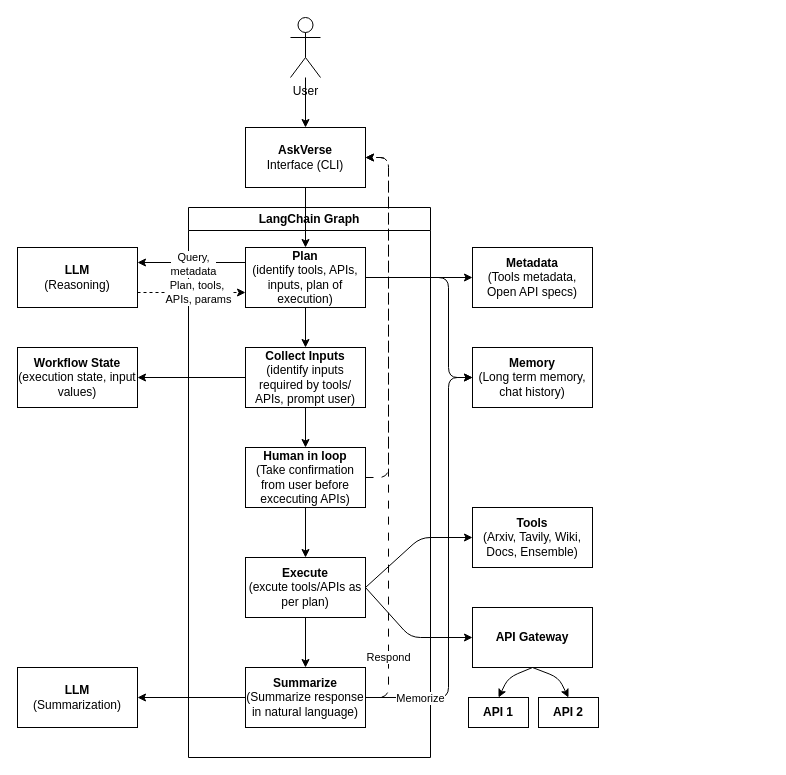
Before: docs/design.drawio in chavan-manoj/askverse-mini, a draw.io diagram. Source tidied: cells renumbered, new cells numbered last; positions are measured from the earlier drawing's top-left corner, leaving out a move shared by most shapes. Both pictures are drawn from the tidied source at 100%, with x=0, y=0 at pixel (17, 17).
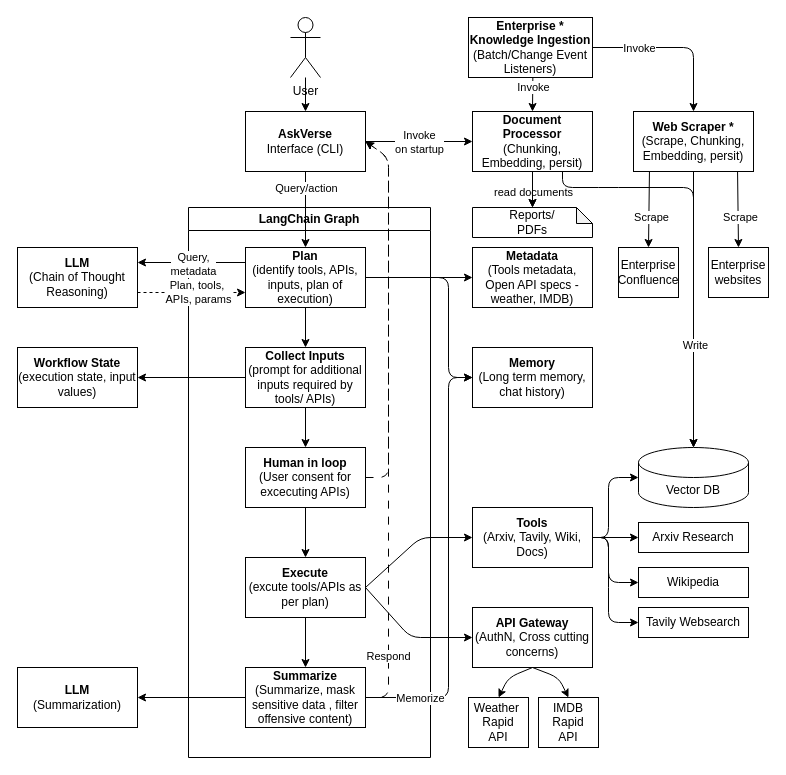
The same page after the edit.

Unchanged cells that the change refers to:
```xml
<mxCell id="5" style="edgeStyle=none;html=1;exitX=0.5;exitY=1;exitDx=0;exitDy=0;entryX=0.5;entryY=0;entryDx=0;entryDy=0;" parent="1" edge="1" source="6" target="9">
  <mxGeometry relative="1" as="geometry" />
</mxCell>
```

The edit, as a diff of the source:
```diff
@@
+    <mxCell id="42" style="edgeStyle=none;html=1;entryX=0.5;entryY=0;entryDx=0;entryDy=0;exitX=0.5;exitY=1;exitDx=0;exitDy=0;" parent="1" edge="1" target="55">
+      <mxGeometry relative="1" as="geometry">
+        <mxPoint x="515.5" y="45" as="sourcePoint" />
+      </mxGeometry>
+    </mxCell>
+    <mxCell id="43" value="Invoke" style="edgeLabel;html=1;align=center;verticalAlign=middle;" parent="42" vertex="1">
+      <mxGeometry x="-0.47" relative="1" as="geometry">
+        <mxPoint y="12" as="offset" />
+      </mxGeometry>
+    </mxCell>
@@
+    <mxCell id="44" value="Query/action" style="edgeLabel;html=1;align=center;verticalAlign=middle;" parent="5" vertex="1">
+      <mxGeometry x="-0.43" y="1" relative="1" as="geometry">
+        <mxPoint x="-1" y="-6" as="offset" />
+      </mxGeometry>
+    </mxCell>
+    <mxCell id="45" style="edgeStyle=none;html=1;exitX=1;exitY=0.5;exitDx=0;exitDy=0;entryX=0;entryY=0.5;entryDx=0;entryDy=0;" parent="1" edge="1" source="6" target="55">
+      <mxGeometry relative="1" as="geometry" />
+    </mxCell>
+    <mxCell id="46" value="Invoke&lt;div&gt;on startup&lt;/div&gt;" style="edgeLabel;html=1;align=center;verticalAlign=middle;" parent="45" vertex="1">
+      <mxGeometry x="-0.16" relative="1" as="geometry">
+        <mxPoint x="8" as="offset" />
+      </mxGeometry>
+    </mxCell>
     <mxCell id="6" value="&lt;b&gt;AskVerse&lt;/b&gt;&lt;div&gt;Interface (CLI)&lt;/div&gt;" style="rounded=0;whiteSpace=wrap;html=1;" parent="1" vertex="1">
-      <mxGeometry x="228" y="110" width="120" height="60" as="geometry" />
+      <mxGeometry x="228" y="94" width="120" height="60" as="geometry" />
     </mxCell>
@@
-    <mxCell id="12" value="&lt;div&gt;&lt;b&gt;Collect Inputs&lt;/b&gt;&lt;/div&gt;&lt;div&gt;(identify inputs required by tools/ APIs, prompt user)&lt;/div&gt;" style="rounded=0;whiteSpace=wrap;html=1;" parent="1" vertex="1">
+    <mxCell id="12" value="&lt;div&gt;&lt;b&gt;Collect Inputs&lt;/b&gt;&lt;/div&gt;&lt;div&gt;(prompt for additional inputs required by tools/ APIs)&lt;/div&gt;" style="rounded=0;whiteSpace=wrap;html=1;" parent="1" vertex="1">
       <mxGeometry x="228" y="330" width="120" height="60" as="geometry" />
     </mxCell>
@@
-    <mxCell id="15" value="&lt;div&gt;&lt;b&gt;Human in loop&lt;/b&gt;&lt;/div&gt;&lt;div&gt;&lt;span style=&quot;background-color: transparent;&quot;&gt;(Take confirmation from user before excecuting APIs)&lt;/span&gt;&lt;/div&gt;" style="rounded=0;whiteSpace=wrap;html=1;" parent="1" vertex="1">
+    <mxCell id="15" value="&lt;div&gt;&lt;b&gt;Human in loop&lt;/b&gt;&lt;/div&gt;&lt;div&gt;&lt;span style=&quot;background-color: transparent;&quot;&gt;(User consent for excecuting APIs)&lt;/span&gt;&lt;/div&gt;" style="rounded=0;whiteSpace=wrap;html=1;" parent="1" vertex="1">
       <mxGeometry x="228" y="430" width="120" height="60" as="geometry" />
     </mxCell>
@@
-    <mxCell id="26" value="&lt;div&gt;&lt;span style=&quot;background-color: transparent;&quot;&gt;&lt;b&gt;Summarize&lt;/b&gt;&lt;/span&gt;&lt;/div&gt;&lt;div&gt;&lt;span style=&quot;background-color: transparent;&quot;&gt;(Summarize response in natural language)&lt;/span&gt;&lt;/div&gt;" style="rounded=0;whiteSpace=wrap;html=1;" parent="1" vertex="1">
+    <mxCell id="26" value="&lt;div&gt;&lt;span style=&quot;background-color: transparent;&quot;&gt;&lt;b&gt;Summarize&lt;/b&gt;&lt;/span&gt;&lt;/div&gt;&lt;div&gt;&lt;span style=&quot;background-color: transparent;&quot;&gt;(Summarize, mask sensitive data , filter offensive content)&lt;/span&gt;&lt;/div&gt;" style="rounded=0;whiteSpace=wrap;html=1;" parent="1" vertex="1">
       <mxGeometry x="228" y="650" width="120" height="60" as="geometry" />
     </mxCell>
-    <mxCell id="27" value="&lt;b&gt;Metadata&lt;/b&gt;&lt;div&gt;(Tools metadata, Open API specs)&lt;/div&gt;" style="rounded=0;whiteSpace=wrap;html=1;" parent="1" vertex="1">
+    <mxCell id="27" value="&lt;b&gt;Metadata&lt;/b&gt;&lt;div&gt;(Tools metadata, Open API specs - weather, IMDB)&lt;/div&gt;" style="rounded=0;whiteSpace=wrap;html=1;" parent="1" vertex="1">
       <mxGeometry x="455" y="230" width="120" height="60" as="geometry" />
     </mxCell>
+    <mxCell id="47" style="edgeStyle=none;html=1;entryX=0;entryY=0.5;entryDx=0;entryDy=0;entryPerimeter=0;exitX=1;exitY=0.5;exitDx=0;exitDy=0;" parent="1" edge="1" source="28" target="51">
+      <mxGeometry relative="1" as="geometry">
+        <Array as="points">
+          <mxPoint x="591" y="520" />
+          <mxPoint x="591" y="460" />
+        </Array>
+      </mxGeometry>
+    </mxCell>
+    <mxCell id="48" style="edgeStyle=none;html=1;exitX=1;exitY=0.5;exitDx=0;exitDy=0;entryX=0;entryY=0.5;entryDx=0;entryDy=0;" parent="1" edge="1" source="28" target="56">
+      <mxGeometry relative="1" as="geometry" />
+    </mxCell>
+    <mxCell id="49" style="edgeStyle=none;html=1;exitX=1;exitY=0.5;exitDx=0;exitDy=0;entryX=0;entryY=0.5;entryDx=0;entryDy=0;" parent="1" edge="1" source="28" target="57">
+      <mxGeometry relative="1" as="geometry">
+        <Array as="points">
+          <mxPoint x="591" y="520" />
+          <mxPoint x="591" y="565" />
+        </Array>
+      </mxGeometry>
+    </mxCell>
+    <mxCell id="50" style="edgeStyle=none;html=1;exitX=1;exitY=0.5;exitDx=0;exitDy=0;entryX=0;entryY=0.5;entryDx=0;entryDy=0;" parent="1" edge="1" source="28" target="58">
+      <mxGeometry relative="1" as="geometry">
+        <Array as="points">
+          <mxPoint x="591" y="520" />
+          <mxPoint x="591" y="560" />
+          <mxPoint x="591" y="605" />
+        </Array>
+      </mxGeometry>
+    </mxCell>
-    <mxCell id="28" value="&lt;div&gt;&lt;b&gt;Tools&lt;/b&gt;&lt;/div&gt;&lt;div&gt;(Arxiv, Tavily, Wiki, Docs, Ensemble)&lt;/div&gt;" style="rounded=0;whiteSpace=wrap;html=1;" parent="1" vertex="1">
+    <mxCell id="28" value="&lt;div&gt;&lt;b&gt;Tools&lt;/b&gt;&lt;/div&gt;&lt;div&gt;(Arxiv, Tavily, Wiki, Docs)&lt;/div&gt;" style="rounded=0;whiteSpace=wrap;html=1;" parent="1" vertex="1">
       <mxGeometry x="455" y="490" width="120" height="60" as="geometry" />
     </mxCell>
@@
-    <mxCell id="30" value="&lt;div&gt;&lt;span style=&quot;background-color: transparent;&quot;&gt;&lt;b&gt;API Gateway&lt;/b&gt;&lt;/span&gt;&lt;/div&gt;" style="rounded=0;whiteSpace=wrap;html=1;" parent="1" vertex="1">
+    <mxCell id="30" value="&lt;div&gt;&lt;span style=&quot;background-color: transparent;&quot;&gt;&lt;b&gt;API Gateway&lt;/b&gt;&lt;/span&gt;&lt;/div&gt;&lt;div&gt;&lt;span style=&quot;background-color: transparent;&quot;&gt;(AuthN, Cross cutting concerns)&lt;/span&gt;&lt;/div&gt;" style="rounded=0;whiteSpace=wrap;html=1;" parent="1" vertex="1">
       <mxGeometry x="455" y="590" width="120" height="60" as="geometry" />
     </mxCell>
-    <mxCell id="31" value="&lt;div&gt;&lt;span style=&quot;background-color: transparent;&quot;&gt;&lt;b&gt;API 1&lt;/b&gt;&lt;/span&gt;&lt;/div&gt;" style="rounded=0;whiteSpace=wrap;html=1;" parent="1" vertex="1">
-      <mxGeometry x="451" y="680" width="60" height="30" as="geometry" />
+    <mxCell id="31" value="&lt;div&gt;&lt;span style=&quot;background-color: transparent;&quot;&gt;Weather&amp;nbsp; Rapid&lt;/span&gt;&lt;/div&gt;&lt;div&gt;&lt;span style=&quot;background-color: transparent;&quot;&gt;API&lt;/span&gt;&lt;/div&gt;" style="rounded=0;whiteSpace=wrap;html=1;" parent="1" vertex="1">
+      <mxGeometry x="451" y="680" width="60" height="50" as="geometry" />
     </mxCell>
-    <mxCell id="32" value="&lt;div&gt;&lt;span style=&quot;background-color: transparent;&quot;&gt;&lt;b&gt;API 2&lt;/b&gt;&lt;/span&gt;&lt;/div&gt;" style="rounded=0;whiteSpace=wrap;html=1;" parent="1" vertex="1">
-      <mxGeometry x="521" y="680" width="60" height="30" as="geometry" />
+    <mxCell id="32" value="&lt;div&gt;&lt;span style=&quot;background-color: transparent;&quot;&gt;IMDB Rapid&lt;/span&gt;&lt;/div&gt;&lt;div&gt;&lt;span style=&quot;background-color: transparent;&quot;&gt;API&lt;/span&gt;&lt;/div&gt;" style="rounded=0;whiteSpace=wrap;html=1;" parent="1" vertex="1">
+      <mxGeometry x="521" y="680" width="60" height="50" as="geometry" />
     </mxCell>
@@
-    <mxCell id="34" value="&lt;b&gt;LLM&lt;/b&gt;&lt;div&gt;(Reasoning)&lt;/div&gt;" style="rounded=0;whiteSpace=wrap;html=1;" parent="1" vertex="1">
+    <mxCell id="34" value="&lt;b&gt;LLM&lt;/b&gt;&lt;div&gt;(Chain of Thought Reasoning)&lt;/div&gt;" style="rounded=0;whiteSpace=wrap;html=1;" parent="1" vertex="1">
       <mxGeometry y="230" width="120" height="60" as="geometry" />
     </mxCell>
@@
+    <mxCell id="51" value="Vector DB" style="shape=cylinder3;whiteSpace=wrap;html=1;boundedLbl=1;backgroundOutline=1;size=15;" parent="1" vertex="1">
+      <mxGeometry x="621" y="430" width="110" height="60" as="geometry" />
+    </mxCell>
+    <mxCell id="52" style="edgeStyle=none;html=1;" parent="1" edge="1" source="55" target="60">
+      <mxGeometry relative="1" as="geometry" />
+    </mxCell>
+    <mxCell id="53" value="read documents" style="edgeLabel;html=1;align=center;verticalAlign=middle;" parent="52" vertex="1">
+      <mxGeometry x="-0.35" relative="1" as="geometry">
+        <mxPoint y="8" as="offset" />
+      </mxGeometry>
+    </mxCell>
+    <mxCell id="54" style="edgeStyle=none;html=1;exitX=0.75;exitY=1;exitDx=0;exitDy=0;" parent="1" edge="1" source="55" target="51">
+      <mxGeometry relative="1" as="geometry">
+        <Array as="points">
+          <mxPoint x="545" y="170" />
+          <mxPoint x="591" y="170" />
+          <mxPoint x="676" y="170" />
+        </Array>
+      </mxGeometry>
+    </mxCell>
+    <mxCell id="55" value="&lt;div&gt;&lt;span style=&quot;background-color: transparent;&quot;&gt;&lt;b&gt;Document Processor&lt;/b&gt;&lt;/span&gt;&lt;/div&gt;&lt;div&gt;&lt;span style=&quot;background-color: transparent;&quot;&gt;(Chunking, Embedding, persit)&lt;/span&gt;&lt;/div&gt;" style="rounded=0;whiteSpace=wrap;html=1;" parent="1" vertex="1">
+      <mxGeometry x="455" y="94" width="120" height="60" as="geometry" />
+    </mxCell>
+    <mxCell id="56" value="Arxiv Research" style="rounded=0;whiteSpace=wrap;html=1;" parent="1" vertex="1">
+      <mxGeometry x="621" y="505" width="110" height="30" as="geometry" />
+    </mxCell>
+    <mxCell id="57" value="Wikipedia" style="rounded=0;whiteSpace=wrap;html=1;" parent="1" vertex="1">
+      <mxGeometry x="621" y="550" width="110" height="30" as="geometry" />
+    </mxCell>
+    <mxCell id="58" value="Tavily Websearch" style="rounded=0;whiteSpace=wrap;html=1;" parent="1" vertex="1">
+      <mxGeometry x="621" y="590" width="110" height="30" as="geometry" />
+    </mxCell>
+    <mxCell id="59" style="edgeStyle=none;html=1;" parent="1" edge="1" source="55" target="60">
+      <mxGeometry relative="1" as="geometry" />
+    </mxCell>
+    <mxCell id="60" value="Reports/&lt;div&gt;PDFs&lt;/div&gt;" style="shape=note;whiteSpace=wrap;html=1;backgroundOutline=1;darkOpacity=0.05;size=16;" parent="1" vertex="1">
+      <mxGeometry x="455" y="190" width="120" height="30" as="geometry" />
+    </mxCell>
+    <mxCell id="61" style="edgeStyle=none;html=1;exitX=0.133;exitY=1;exitDx=0;exitDy=0;entryX=0.5;entryY=0;entryDx=0;entryDy=0;exitPerimeter=0;" parent="1" edge="1" source="65" target="71">
+      <mxGeometry relative="1" as="geometry" />
+    </mxCell>
+    <mxCell id="62" value="Scrape" style="edgeLabel;html=1;align=center;verticalAlign=middle;" parent="61" vertex="1">
+      <mxGeometry x="0.29" y="2" relative="1" as="geometry">
+        <mxPoint y="-4" as="offset" />
+      </mxGeometry>
+    </mxCell>
+    <mxCell id="63" style="edgeStyle=none;html=1;exitX=0.867;exitY=0.967;exitDx=0;exitDy=0;entryX=0.5;entryY=0;entryDx=0;entryDy=0;exitPerimeter=0;" parent="1" edge="1" source="65" target="72">
+      <mxGeometry relative="1" as="geometry" />
+    </mxCell>
+    <mxCell id="64" value="Scrape" style="edgeLabel;html=1;align=center;verticalAlign=middle;" parent="63" vertex="1">
+      <mxGeometry x="0.23" y="2" relative="1" as="geometry" />
+    </mxCell>
+    <mxCell id="65" value="&lt;div&gt;&lt;span style=&quot;background-color: transparent;&quot;&gt;&lt;b&gt;Web Scraper *&lt;/b&gt;&lt;/span&gt;&lt;/div&gt;&lt;div&gt;&lt;span style=&quot;background-color: transparent;&quot;&gt;(Scrape, Chunking, Embedding, persit)&lt;/span&gt;&lt;/div&gt;" style="rounded=0;whiteSpace=wrap;html=1;" parent="1" vertex="1">
+      <mxGeometry x="616" y="94" width="120" height="60" as="geometry" />
+    </mxCell>
+    <mxCell id="66" style="edgeStyle=none;html=1;exitX=0.5;exitY=1;exitDx=0;exitDy=0;entryX=0.5;entryY=0;entryDx=0;entryDy=0;entryPerimeter=0;" parent="1" edge="1" source="65" target="51">
+      <mxGeometry relative="1" as="geometry" />
+    </mxCell>
+    <mxCell id="67" value="Write" style="edgeLabel;html=1;align=center;verticalAlign=middle;" parent="66" vertex="1">
+      <mxGeometry x="0.25" y="1" relative="1" as="geometry" />
+    </mxCell>
+    <mxCell id="68" style="edgeStyle=none;html=1;exitX=1;exitY=0.5;exitDx=0;exitDy=0;entryX=0.5;entryY=0;entryDx=0;entryDy=0;" parent="1" edge="1" source="70" target="65">
+      <mxGeometry relative="1" as="geometry">
+        <Array as="points">
+          <mxPoint x="676" y="30" />
+        </Array>
+      </mxGeometry>
+    </mxCell>
+    <mxCell id="69" value="Invoke" style="edgeLabel;html=1;align=center;verticalAlign=middle;" parent="68" vertex="1">
+      <mxGeometry x="-0.44" y="-3" relative="1" as="geometry">
+        <mxPoint y="-3" as="offset" />
+      </mxGeometry>
+    </mxCell>
+    <mxCell id="70" value="&lt;div&gt;&lt;b&gt;Enterprise * Knowledge Ingestion&lt;/b&gt;&lt;/div&gt;&lt;div&gt;(Batch/Change Event Listeners)&lt;/div&gt;" style="rounded=0;whiteSpace=wrap;html=1;" parent="1" vertex="1">
+      <mxGeometry x="451" width="124" height="60" as="geometry" />
+    </mxCell>
+    <mxCell id="71" value="&lt;div&gt;Enterprise&lt;/div&gt;&lt;div&gt;Confluence&lt;/div&gt;" style="rounded=0;whiteSpace=wrap;html=1;" parent="1" vertex="1">
+      <mxGeometry x="601" y="230" width="60" height="50" as="geometry" />
+    </mxCell>
+    <mxCell id="72" value="&lt;div&gt;Enterprise&lt;/div&gt;&lt;div&gt;websites&lt;/div&gt;" style="rounded=0;whiteSpace=wrap;html=1;" parent="1" vertex="1">
+      <mxGeometry x="691" y="230" width="60" height="50" as="geometry" />
+    </mxCell>
```
